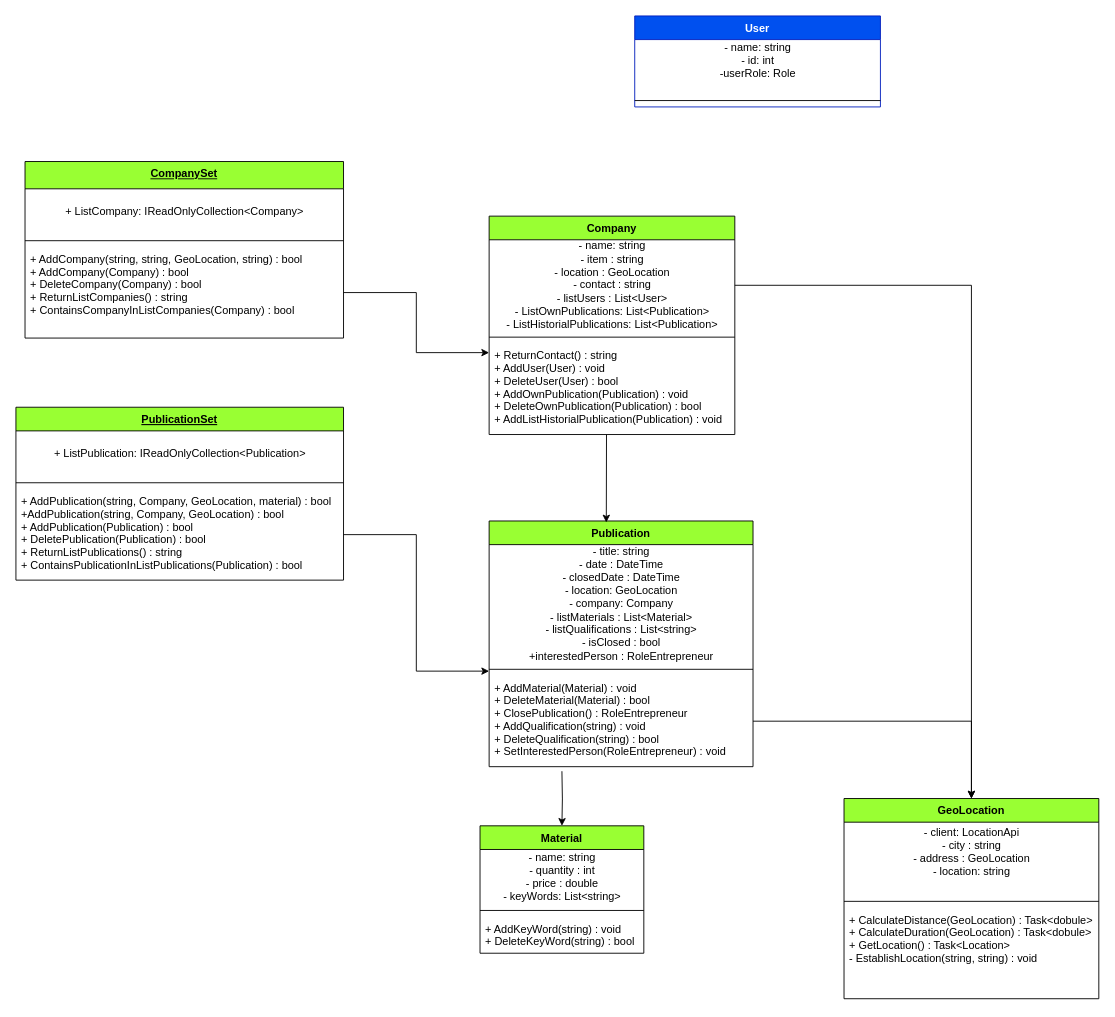
tomaspasto24/ProyectoEquipo4 keeps this draw.io diagram as docs/Diagrama.drawio. Above is the earlier version. Source tidied: cells renumbered, new cells numbered last; positions are measured from the earlier drawing's top-left corner, leaving out a move shared by most shapes. Both pictures are drawn from the tidied source at 91%, with x=0, y=0 at pixel (15, 15).
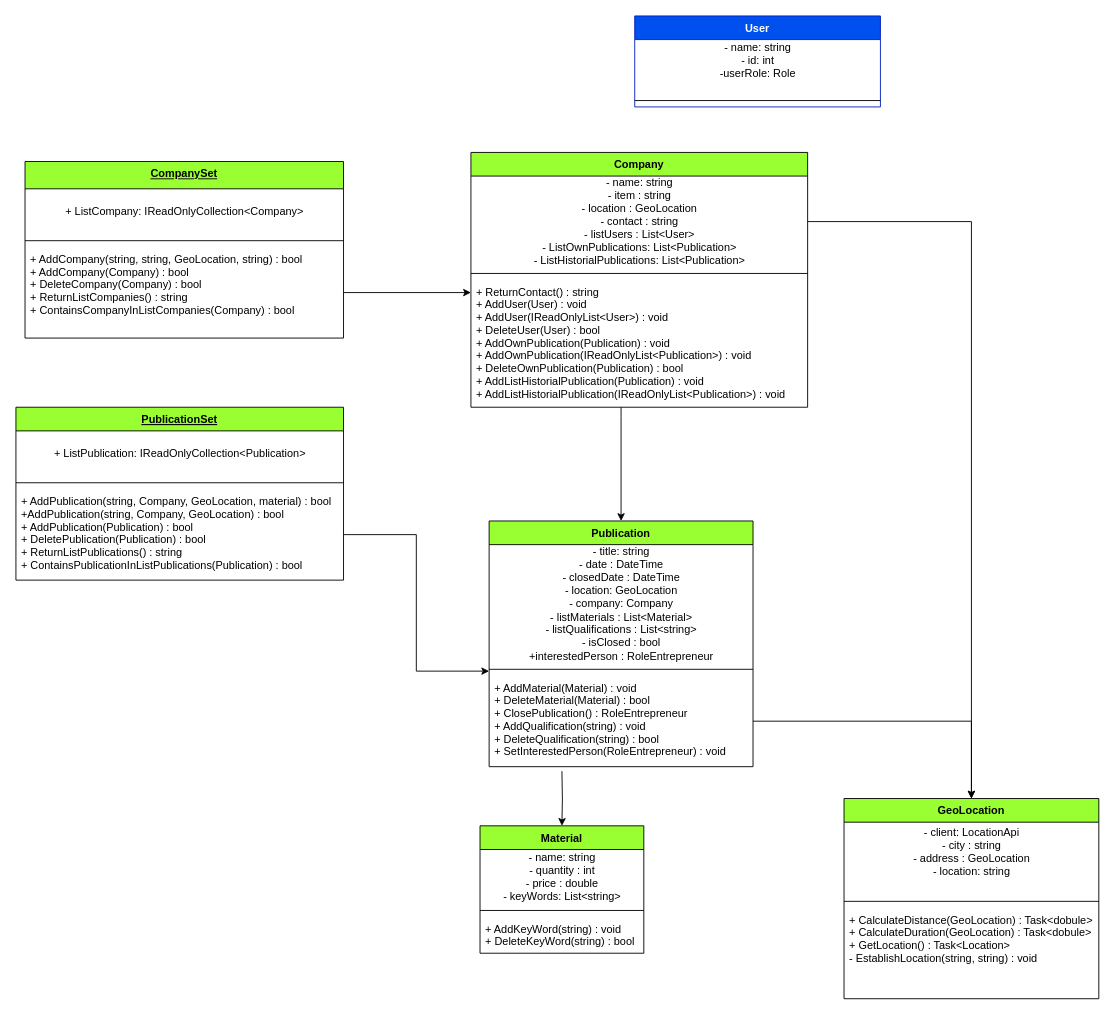
The same page after the edit.

Unchanged cells that the change refers to:
```xml
<mxCell id="10" value="Publication" style="swimlane;fontStyle=1;align=center;verticalAlign=top;horizontal=1;startSize=26;fillColor=#99FF33;" parent="1" vertex="1">
  <mxGeometry x="520" y="555" width="290" height="270" as="geometry" />
</mxCell>
```

The edit, as a diff of the source:
```diff
@@
     <mxCell id="2" value="Company" style="swimlane;fontStyle=1;align=center;verticalAlign=top;horizontal=1;startSize=26;fillColor=#99FF33;" parent="1" vertex="1">
-      <mxGeometry x="520" y="220" width="270" height="240" as="geometry" />
+      <mxGeometry x="500" y="150" width="370" height="280" as="geometry" />
     </mxCell>
     <mxCell id="3" value="&lt;div&gt;&lt;span&gt;- name: string&lt;/span&gt;&lt;br&gt;&lt;/div&gt;&lt;div&gt;- item : string&lt;/div&gt;&lt;div&gt;- location : GeoLocation&lt;/div&gt;&lt;div&gt;- contact : string&lt;/div&gt;&lt;div&gt;- listUsers : List&amp;lt;User&amp;gt;&lt;br&gt;&lt;/div&gt;&lt;div&gt;- ListOwnPublications: List&amp;lt;Publication&amp;gt;&lt;br&gt;&lt;/div&gt;&lt;div&gt;- ListHistorialPublications: List&amp;lt;Publication&amp;gt;&lt;br&gt;&lt;/div&gt;" style="text;html=1;align=center;verticalAlign=middle;points=[];strokeColor=none;fillColor=none;" parent="2" vertex="1">
-      <mxGeometry y="26" width="270" height="100" as="geometry" />
+      <mxGeometry y="26" width="370" height="100" as="geometry" />
     </mxCell>
     <mxCell id="4" style="line;strokeWidth=1;fillColor=none;align=left;verticalAlign=middle;spacingTop=-1;spacingLeft=3;spacingRight=3;labelPosition=right;" parent="2" vertex="1">
-      <mxGeometry y="126" width="270" height="14" as="geometry" />
+      <mxGeometry y="126" width="370" height="14" as="geometry" />
     </mxCell>
-    <mxCell id="5" value="+ ReturnContact() : string&#10;+ AddUser(User) : void&#10;+ DeleteUser(User) : bool&#10;+ AddOwnPublication(Publication) : void&#10;+ DeleteOwnPublication(Publication) : bool&#10;+ AddListHistorialPublication(Publication) : void&#10;" style="text;strokeColor=none;fillColor=none;align=left;verticalAlign=top;spacingLeft=4;spacingRight=4;overflow=hidden;points=[[0,0.5],[1,0.5]];portConstraint=eastwest;" parent="2" vertex="1">
-      <mxGeometry y="140" width="270" height="100" as="geometry" />
+    <mxCell id="5" value="+ ReturnContact() : string&#10;+ AddUser(User) : void&#10;+ AddUser(IReadOnlyList&lt;User&gt;) : void&#10;+ DeleteUser(User) : bool&#10;+ AddOwnPublication(Publication) : void&#10;+ AddOwnPublication(IReadOnlyList&lt;Publication&gt;) : void&#10;+ DeleteOwnPublication(Publication) : bool&#10;+ AddListHistorialPublication(Publication) : void&#10;+ AddListHistorialPublication(IReadOnlyList&lt;Publication&gt;) : void&#10;" style="text;strokeColor=none;fillColor=none;align=left;verticalAlign=top;spacingLeft=4;spacingRight=4;overflow=hidden;points=[[0,0.5],[1,0.5]];portConstraint=eastwest;" parent="2" vertex="1">
+      <mxGeometry y="140" width="370" height="140" as="geometry" />
     </mxCell>
@@
-    <mxCell id="18" style="endArrow=classic;html=1;entryX=0.444;entryY=0.006;entryDx=0;entryDy=0;entryPerimeter=0;" parent="1" edge="1" target="10">
-      <mxGeometry relative="1" as="geometry">
-        <mxPoint x="649" y="460" as="sourcePoint" />
-      </mxGeometry>
-    </mxCell>
@@
+    <mxCell id="35" style="edgeStyle=orthogonalEdgeStyle;rounded=0;jettySize=auto;html=1;entryX=0.5;entryY=0;entryDx=0;entryDy=0;" parent="1" edge="1" source="5" target="10">
+      <mxGeometry relative="1" as="geometry">
+        <Array as="points">
+          <mxPoint x="665" y="440" />
+          <mxPoint x="665" y="440" />
+        </Array>
+      </mxGeometry>
+    </mxCell>
```
